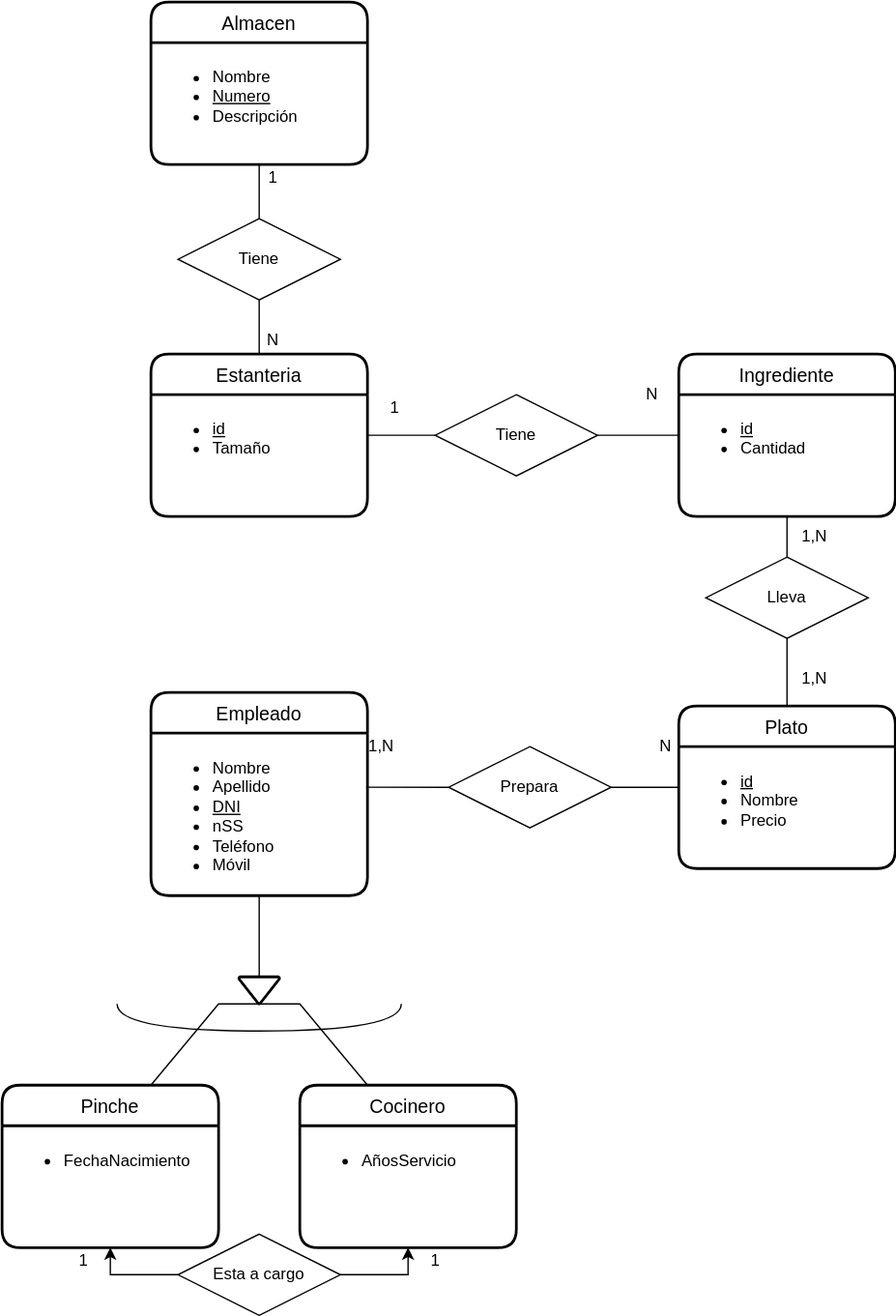
Above: UD12-13.svg in Jimxx22/C3-UD11-UML (draw.io), before the change. Source tidied: cells renumbered, new cells last; positions are measured from the earlier drawing's top-left corner, leaving out a move shared by most shapes.
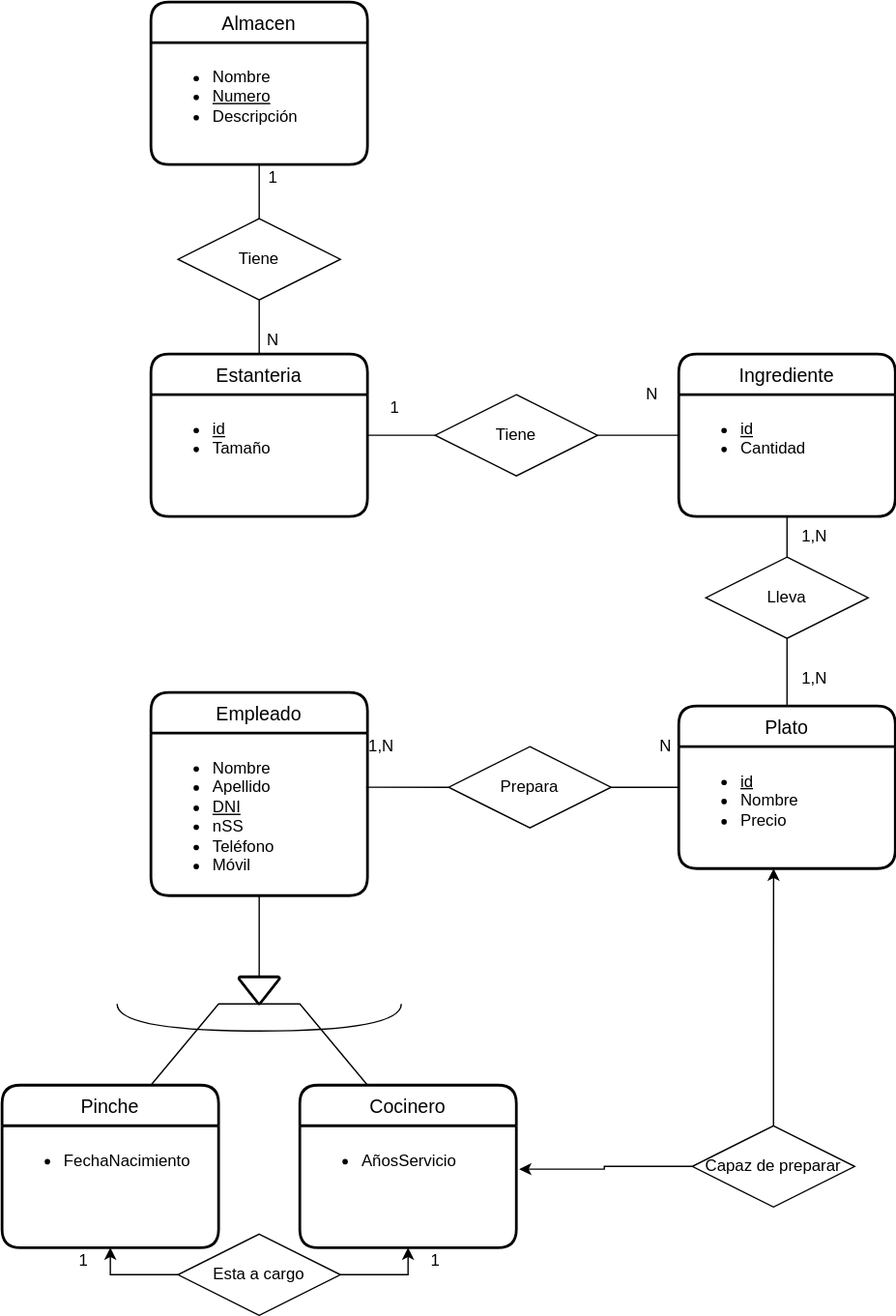
After the change.

The edit, as a diff of the source:
```diff
@@ -138,5 +138,14 @@
     <mxCell id="45" value="1" style="text;html=1;align=center;verticalAlign=middle;strokeColor=none;fillColor=none;" parent="1" vertex="1">
       <mxGeometry x="305" y="915" width="30" height="30" as="geometry" />
     </mxCell>
+    <mxCell id="46" style="edgeStyle=orthogonalEdgeStyle;rounded=0;jettySize=auto;html=1;exitX=0;exitY=0.5;exitDx=0;exitDy=0;entryX=1.013;entryY=0.356;entryDx=0;entryDy=0;entryPerimeter=0;strokeColor=default;" parent="1" edge="1" source="48" target="5">
+      <mxGeometry relative="1" as="geometry" />
+    </mxCell>
+    <mxCell id="47" style="edgeStyle=orthogonalEdgeStyle;rounded=0;jettySize=auto;html=1;exitX=0.5;exitY=0;exitDx=0;exitDy=0;entryX=0.438;entryY=1;entryDx=0;entryDy=0;entryPerimeter=0;strokeColor=default;" parent="1" edge="1" source="48" target="10">
+      <mxGeometry relative="1" as="geometry" />
+    </mxCell>
+    <mxCell id="48" value="Capaz de preparar" style="shape=rhombus;perimeter=rhombusPerimeter;whiteSpace=wrap;html=1;align=center;" parent="1" vertex="1">
+      <mxGeometry x="510" y="830" width="120" height="60" as="geometry" />
+    </mxCell>
   </root>
 </mxGraphModel>
```
